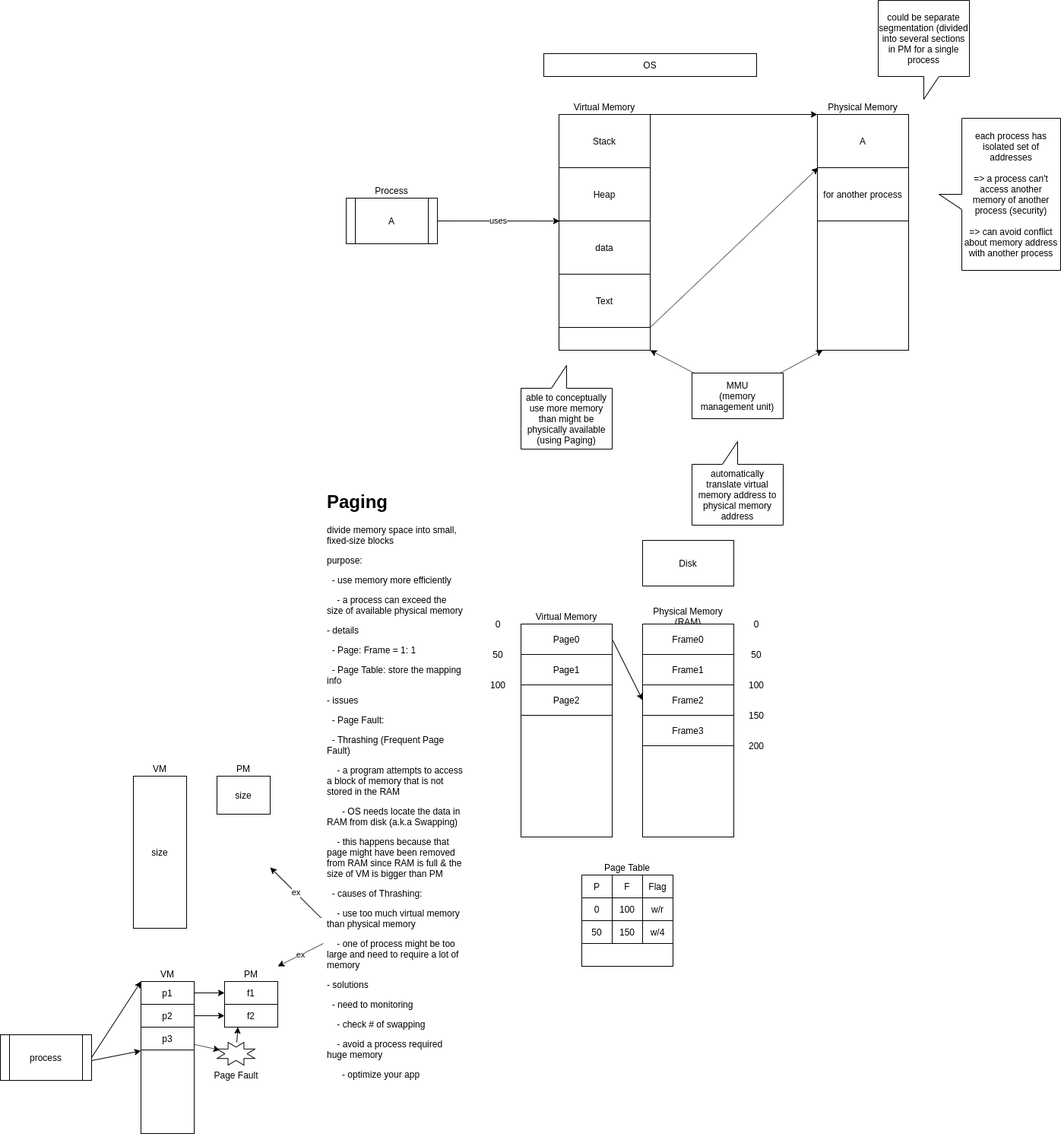
Above: MemoryManagement.PNG in stsiwo/performance (draw.io), before the change. Source tidied: cells renumbered, new cells last; positions are measured from the earlier drawing's top-left corner, leaving out a move shared by most shapes.
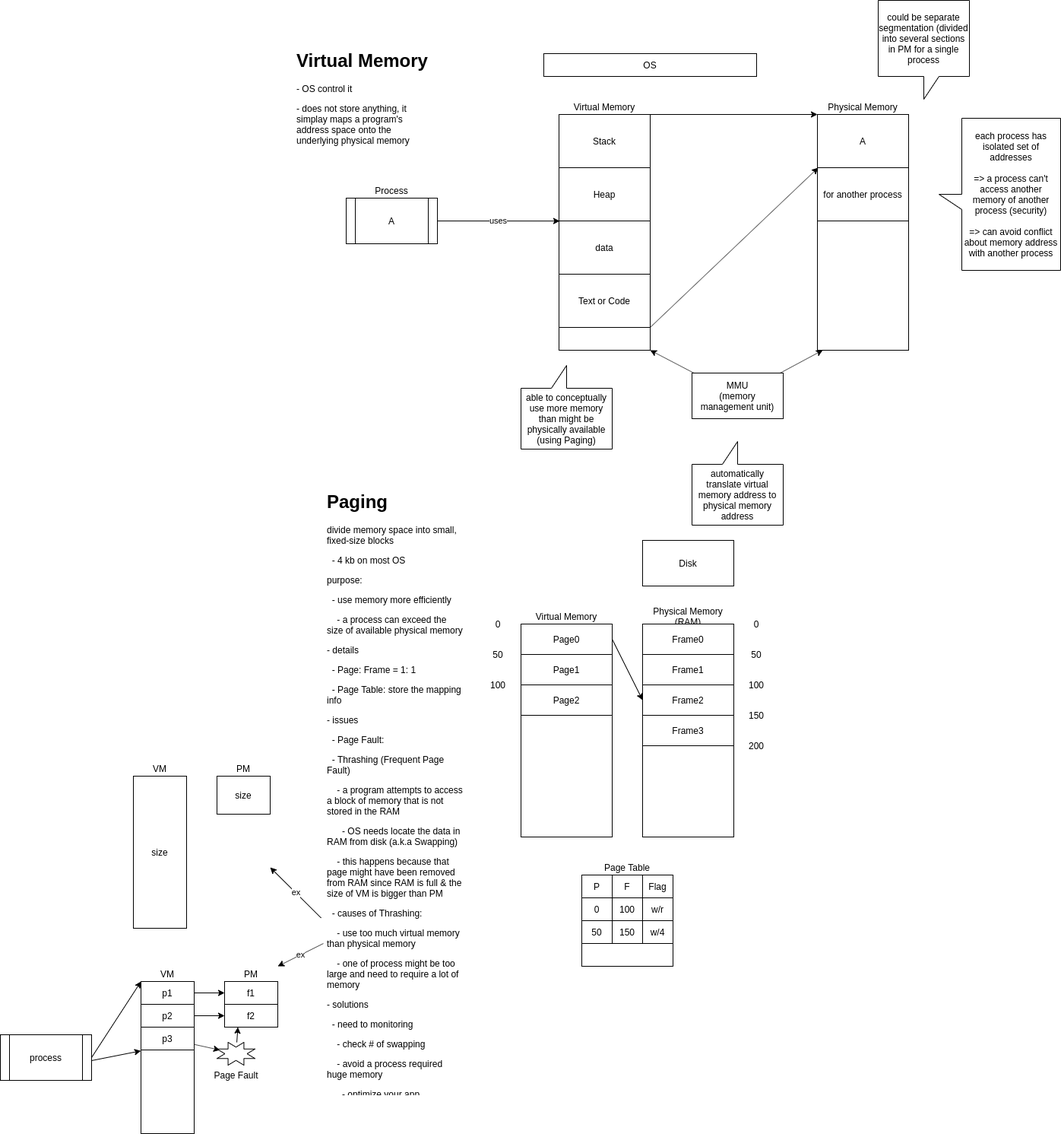
The same file after the commit.

What changed in the source:
```diff
@@ -35,7 +35,7 @@
     <mxCell id="12" value="data" style="rounded=0;whiteSpace=wrap;html=1;" parent="1" vertex="1">
       <mxGeometry x="735" y="290" width="120" height="70" as="geometry" />
     </mxCell>
-    <mxCell id="13" value="Text" style="rounded=0;whiteSpace=wrap;html=1;" parent="1" vertex="1">
+    <mxCell id="13" value="Text or Code" style="rounded=0;whiteSpace=wrap;html=1;" parent="1" vertex="1">
       <mxGeometry x="735" y="360" width="120" height="70" as="geometry" />
     </mxCell>
     <mxCell id="14" style="endArrow=classic;html=1;exitX=1;exitY=0;exitDx=0;exitDy=0;entryX=0;entryY=1;entryDx=0;entryDy=0;" parent="1" edge="1" source="10" target="6">
@@ -98,7 +98,7 @@
     <mxCell id="33" value="Frame0" style="rounded=0;whiteSpace=wrap;html=1;" parent="1" vertex="1">
       <mxGeometry x="845" y="820" width="120" height="40" as="geometry" />
     </mxCell>
-    <mxCell id="34" value="&lt;h1&gt;Paging&lt;/h1&gt;&lt;p&gt;divide memory space into small, fixed-size blocks&lt;/p&gt;&lt;p&gt;purpose:&lt;/p&gt;&lt;p&gt;&amp;nbsp; - use memory more efficiently&lt;/p&gt;&lt;p&gt;&amp;nbsp; &amp;nbsp; - a process can exceed the size of available physical memory&lt;/p&gt;&lt;p&gt;- details&lt;/p&gt;&lt;p&gt;&amp;nbsp; - Page: Frame = 1: 1&lt;/p&gt;&lt;p&gt;&amp;nbsp; - Page Table: store the mapping info&lt;/p&gt;&lt;p&gt;- issues&lt;/p&gt;&lt;p&gt;&amp;nbsp; - Page Fault:&lt;/p&gt;&lt;p&gt;&amp;nbsp; - Thrashing (Frequent Page Fault)&lt;/p&gt;&lt;p&gt;&amp;nbsp; &amp;nbsp; - a program attempts to access a block of memory that is not stored in the RAM&lt;/p&gt;&lt;p&gt;&amp;nbsp; &amp;nbsp; &amp;nbsp; - OS needs locate the data in RAM from disk (a.k.a Swapping)&lt;/p&gt;&lt;p&gt;&amp;nbsp; &amp;nbsp; - this happens because that page might have been removed from RAM since RAM is full &amp;amp; the size of VM is bigger than PM&lt;/p&gt;&lt;p&gt;&amp;nbsp; - causes of Thrashing:&lt;/p&gt;&lt;p&gt;&amp;nbsp; &amp;nbsp; - use too much virtual memory than physical memory&lt;/p&gt;&lt;p&gt;&amp;nbsp; &amp;nbsp; - one of process might be too large and need to require a lot of memory&amp;nbsp; &amp;nbsp;&amp;nbsp;&lt;/p&gt;&lt;p&gt;- solutions&lt;/p&gt;&lt;p&gt;&amp;nbsp; - need to monitoring&lt;/p&gt;&lt;p&gt;&amp;nbsp; &amp;nbsp; - check # of swapping&amp;nbsp;&lt;/p&gt;&lt;p&gt;&amp;nbsp; &amp;nbsp; - avoid a process required huge memory&lt;/p&gt;&lt;p&gt;&amp;nbsp; &amp;nbsp; &amp;nbsp; - optimize your app&lt;/p&gt;" style="text;html=1;strokeColor=none;fillColor=none;spacing=5;spacingTop=-20;whiteSpace=wrap;overflow=hidden;rounded=0;" parent="1" vertex="1">
+    <mxCell id="34" value="&lt;h1&gt;Paging&lt;/h1&gt;&lt;p&gt;divide memory space into small, fixed-size blocks&lt;/p&gt;&lt;p&gt;&amp;nbsp; - 4 kb on most OS&lt;/p&gt;&lt;p&gt;purpose:&lt;/p&gt;&lt;p&gt;&amp;nbsp; - use memory more efficiently&lt;/p&gt;&lt;p&gt;&amp;nbsp; &amp;nbsp; - a process can exceed the size of available physical memory&lt;/p&gt;&lt;p&gt;- details&lt;/p&gt;&lt;p&gt;&amp;nbsp; - Page: Frame = 1: 1&lt;/p&gt;&lt;p&gt;&amp;nbsp; - Page Table: store the mapping info&lt;/p&gt;&lt;p&gt;- issues&lt;/p&gt;&lt;p&gt;&amp;nbsp; - Page Fault:&lt;/p&gt;&lt;p&gt;&amp;nbsp; - Thrashing (Frequent Page Fault)&lt;/p&gt;&lt;p&gt;&amp;nbsp; &amp;nbsp; - a program attempts to access a block of memory that is not stored in the RAM&lt;/p&gt;&lt;p&gt;&amp;nbsp; &amp;nbsp; &amp;nbsp; - OS needs locate the data in RAM from disk (a.k.a Swapping)&lt;/p&gt;&lt;p&gt;&amp;nbsp; &amp;nbsp; - this happens because that page might have been removed from RAM since RAM is full &amp;amp; the size of VM is bigger than PM&lt;/p&gt;&lt;p&gt;&amp;nbsp; - causes of Thrashing:&lt;/p&gt;&lt;p&gt;&amp;nbsp; &amp;nbsp; - use too much virtual memory than physical memory&lt;/p&gt;&lt;p&gt;&amp;nbsp; &amp;nbsp; - one of process might be too large and need to require a lot of memory&amp;nbsp; &amp;nbsp;&amp;nbsp;&lt;/p&gt;&lt;p&gt;- solutions&lt;/p&gt;&lt;p&gt;&amp;nbsp; - need to monitoring&lt;/p&gt;&lt;p&gt;&amp;nbsp; &amp;nbsp; - check # of swapping&amp;nbsp;&lt;/p&gt;&lt;p&gt;&amp;nbsp; &amp;nbsp; - avoid a process required huge memory&lt;/p&gt;&lt;p&gt;&amp;nbsp; &amp;nbsp; &amp;nbsp; - optimize your app&lt;/p&gt;" style="text;html=1;strokeColor=none;fillColor=none;spacing=5;spacingTop=-20;whiteSpace=wrap;overflow=hidden;rounded=0;" parent="1" vertex="1">
       <mxGeometry x="425" y="640" width="190" height="800" as="geometry" />
     </mxCell>
     <mxCell id="35" style="rounded=0;whiteSpace=wrap;html=1;" parent="1" vertex="1">
@@ -255,5 +255,8 @@
     <mxCell id="84" value="ex" style="endArrow=classic;html=1;exitX=0;exitY=0.75;exitDx=0;exitDy=0;entryX=1;entryY=0;entryDx=0;entryDy=0;" parent="1" edge="1" source="34" target="69">
       <mxGeometry relative="1" as="geometry" />
     </mxCell>
+    <mxCell id="85" value="&lt;h1&gt;Virtual Memory&lt;/h1&gt;&lt;p&gt;- OS control it&lt;/p&gt;&lt;p&gt;- does not store anything, it simplay maps a program's address space onto the underlying physical memory&lt;/p&gt;" style="text;html=1;strokeColor=none;fillColor=none;spacing=5;spacingTop=-20;whiteSpace=wrap;overflow=hidden;rounded=0;" parent="1" vertex="1">
+      <mxGeometry x="385" y="60" width="190" height="160" as="geometry" />
+    </mxCell>
   </root>
 </mxGraphModel>
```
